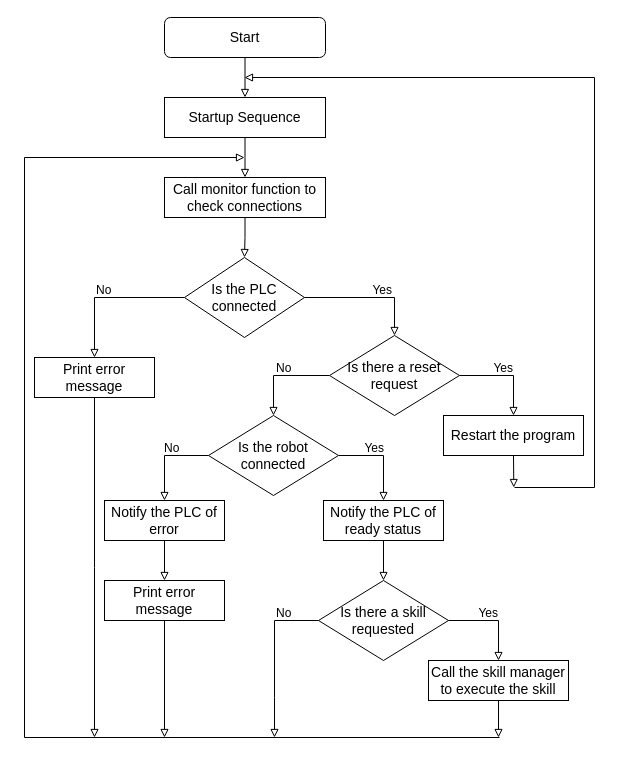
This is Recycling Module Program Ablaufdiagram.drawio from frangonzalez98/Diagramas_PFG, a draw.io file, before an edit. Source tidied: cells renumbered, new cells numbered last; positions are measured from the earlier drawing's top-left corner, leaving out a move shared by most shapes. Both pictures are drawn from the tidied source at 100%, with x=0, y=0 at pixel (24, 17).
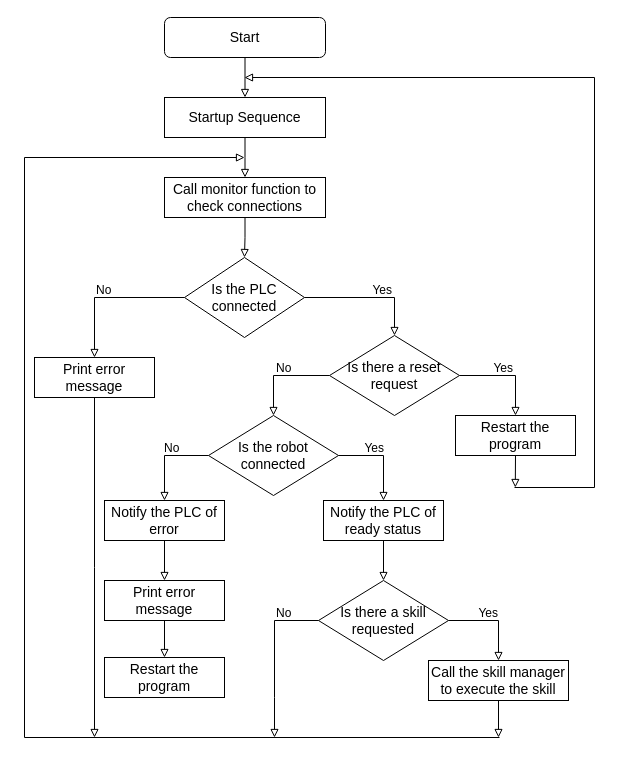
The same page after the edit.

Commit message:
Restart by error in robot connection

The change refers to these unchanged cells:
```xml
<mxCell id="32" value="&lt;font style=&quot;font-size: 14px;&quot;&gt;Is there a reset request&lt;/font&gt;" style="rhombus;whiteSpace=wrap;html=1;fontSize=12;fillColor=none;" parent="1" vertex="1">
  <mxGeometry x="305" y="318" width="130" height="80" as="geometry" />
</mxCell>
<mxCell id="37" value="&lt;font style=&quot;font-size: 14px;&quot;&gt;Print error message&lt;/font&gt;" style="rounded=0;whiteSpace=wrap;html=1;fillColor=none;" parent="1" vertex="1">
  <mxGeometry x="80" y="563" width="120" height="40" as="geometry" />
</mxCell>
```

Change to the diagram source:
```diff
@@
-    <mxCell id="21" style="edgeStyle=orthogonalEdgeStyle;rounded=0;jettySize=auto;html=1;exitX=0.5;exitY=1;exitDx=0;exitDy=0;endArrow=block;endFill=0;" parent="1" edge="1" source="22">
-      <mxGeometry relative="1" as="geometry">
-        <mxPoint x="489.3" y="470" as="targetPoint" />
-      </mxGeometry>
-    </mxCell>
-    <mxCell id="22" value="&lt;span style=&quot;font-size: 14px;&quot;&gt;Restart the program&lt;/span&gt;" style="rounded=0;whiteSpace=wrap;html=1;fillColor=none;" parent="1" vertex="1">
-      <mxGeometry x="419" y="398" width="140" height="40" as="geometry" />
-    </mxCell>
@@
-    <mxCell id="31" style="edgeStyle=orthogonalEdgeStyle;rounded=0;jettySize=auto;html=1;exitX=1;exitY=0.5;exitDx=0;exitDy=0;entryX=0.5;entryY=0;entryDx=0;entryDy=0;endArrow=block;endFill=0;" parent="1" edge="1" source="32" target="22">
+    <mxCell id="31" style="edgeStyle=orthogonalEdgeStyle;rounded=0;jettySize=auto;html=1;exitX=1;exitY=0.5;exitDx=0;exitDy=0;entryX=0.5;entryY=0;entryDx=0;entryDy=0;endArrow=block;endFill=0;" parent="1" edge="1" source="32" target="44">
       <mxGeometry relative="1" as="geometry" />
     </mxCell>
@@
-    <mxCell id="36" style="edgeStyle=orthogonalEdgeStyle;rounded=0;jettySize=auto;html=1;exitX=0.5;exitY=1;exitDx=0;exitDy=0;endArrow=block;endFill=0;" parent="1" edge="1" source="37">
-      <mxGeometry relative="1" as="geometry">
-        <mxPoint x="140" y="720" as="targetPoint" />
-      </mxGeometry>
-    </mxCell>
+    <mxCell id="42" style="edgeStyle=orthogonalEdgeStyle;rounded=0;jettySize=auto;html=1;exitX=0.5;exitY=1;exitDx=0;exitDy=0;entryX=0.5;entryY=0;entryDx=0;entryDy=0;endArrow=block;endFill=0;" parent="1" edge="1" source="37" target="45">
+      <mxGeometry relative="1" as="geometry" />
+    </mxCell>
@@
+    <mxCell id="43" style="edgeStyle=orthogonalEdgeStyle;rounded=0;jettySize=auto;html=1;exitX=0.5;exitY=1;exitDx=0;exitDy=0;endArrow=block;endFill=0;" parent="1" edge="1" source="44">
+      <mxGeometry relative="1" as="geometry">
+        <mxPoint x="490.8" y="470" as="targetPoint" />
+      </mxGeometry>
+    </mxCell>
+    <mxCell id="44" value="&lt;span style=&quot;font-size: 14px;&quot;&gt;Restart the program&lt;/span&gt;" style="rounded=0;whiteSpace=wrap;html=1;fillColor=none;" parent="1" vertex="1">
+      <mxGeometry x="431" y="398" width="120" height="40" as="geometry" />
+    </mxCell>
+    <mxCell id="45" value="&lt;span style=&quot;font-size: 14px;&quot;&gt;Restart the program&lt;/span&gt;" style="rounded=0;whiteSpace=wrap;html=1;fillColor=none;" parent="1" vertex="1">
+      <mxGeometry x="80" y="640" width="120" height="40" as="geometry" />
+    </mxCell>
```
